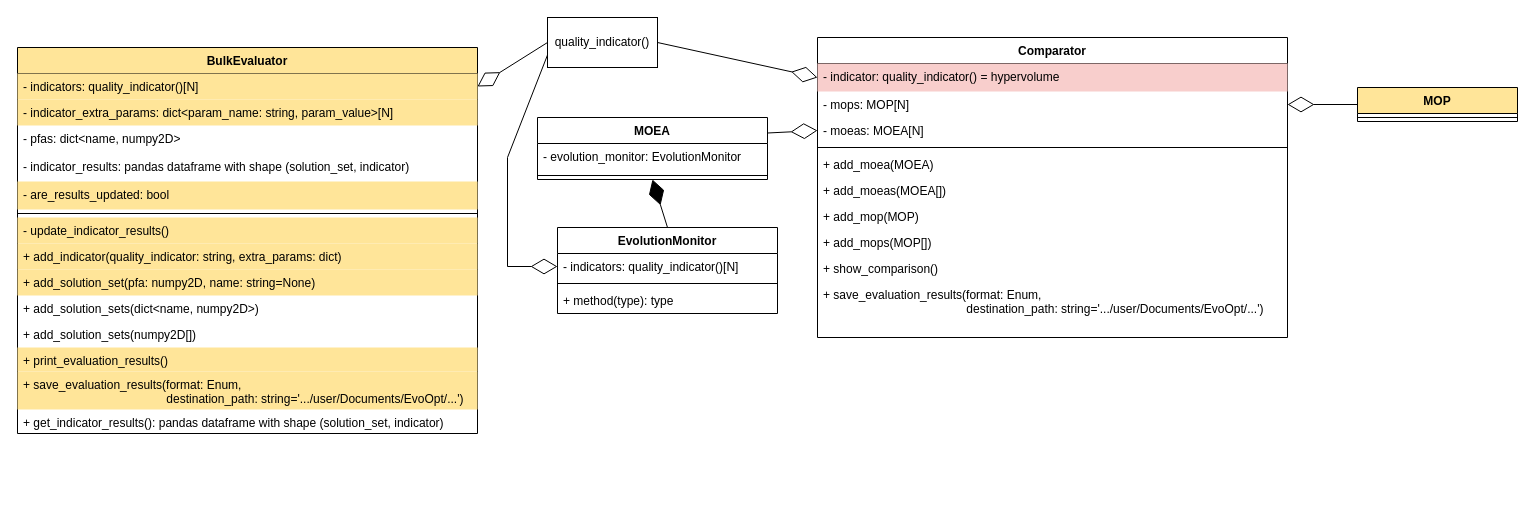
Before: page "Page-1" (1 of 2) of Untitled Diagram.drawio in santiago-a-serrano/evoopt-diagram, a draw.io diagram. Source tidied: cells renumbered, new cells numbered last; positions are measured from the earlier drawing's top-left corner, leaving out a move shared by most shapes. Both pictures are drawn from the tidied source at 100%, with x=0, y=0 at pixel (17, 17).
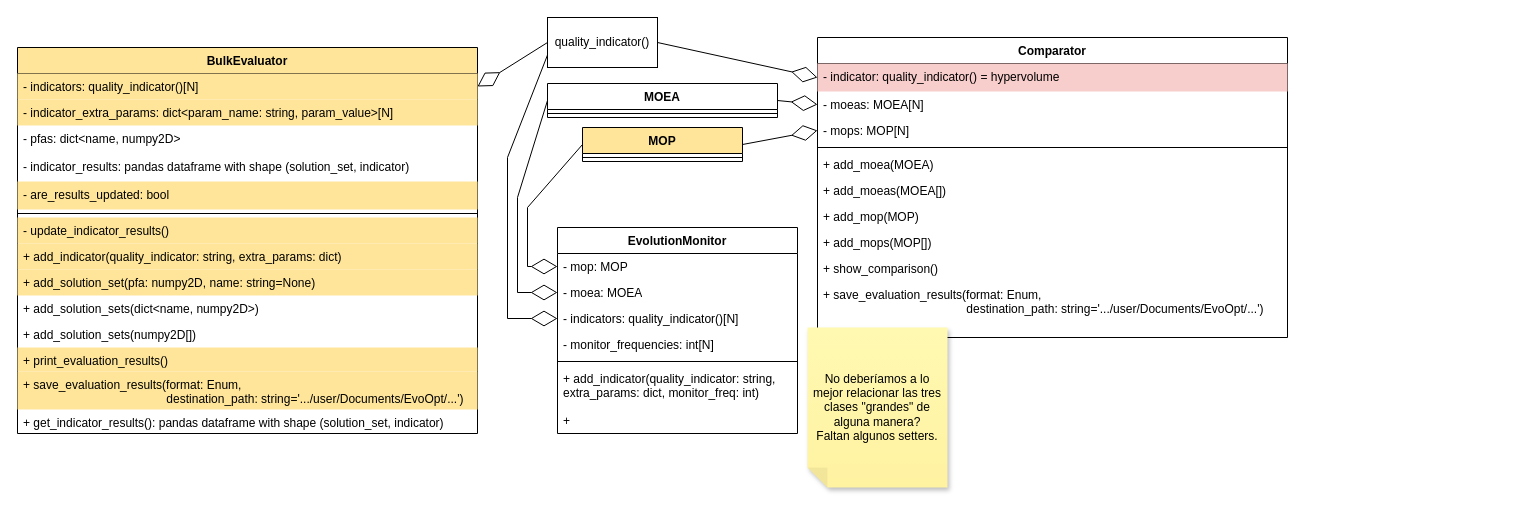
After the change.

Commit message:
Improve EvolutionMonitor

Unchanged cells that the change refers to:
```xml
<mxCell id="17" value="Comparator" style="swimlane;fontStyle=1;align=center;verticalAlign=top;horizontal=1;startSize=26;whiteSpace=wrap;html=1;" parent="1" vertex="1">
  <mxGeometry x="800" y="20" width="470" height="300" as="geometry" />
</mxCell>
<mxCell id="35" value="quality_indicator()" style="html=1;whiteSpace=wrap;" parent="1" vertex="1">
  <mxGeometry x="530" width="110" height="50" as="geometry" />
</mxCell>
```

What changed in the source:
```diff
@@
+    <mxCell id="20" value="- moeas: MOEA[N]" style="text;strokeColor=none;fillColor=none;align=left;verticalAlign=top;spacingLeft=4;spacingRight=4;overflow=hidden;points=[[0,0.5],[1,0.5]];portConstraint=eastwest;whiteSpace=wrap;html=1;" parent="17" vertex="1">
+      <mxGeometry y="54" width="470" height="26" as="geometry" />
+    </mxCell>
     <mxCell id="19" value="- mops: MOP[N]" style="text;strokeColor=none;fillColor=none;align=left;verticalAlign=top;spacingLeft=4;spacingRight=4;overflow=hidden;points=[[0,0.5],[1,0.5]];portConstraint=eastwest;whiteSpace=wrap;html=1;" parent="17" vertex="1">
-      <mxGeometry y="54" width="470" height="26" as="geometry" />
+      <mxGeometry y="80" width="470" height="26" as="geometry" />
     </mxCell>
-    <mxCell id="20" value="- moeas: MOEA[N]" style="text;strokeColor=none;fillColor=none;align=left;verticalAlign=top;spacingLeft=4;spacingRight=4;overflow=hidden;points=[[0,0.5],[1,0.5]];portConstraint=eastwest;whiteSpace=wrap;html=1;" parent="17" vertex="1">
-      <mxGeometry y="80" width="470" height="26" as="geometry" />
-    </mxCell>
@@
     <mxCell id="28" value="MOEA" style="swimlane;fontStyle=1;align=center;verticalAlign=top;horizontal=1;startSize=26;whiteSpace=wrap;html=1;" parent="1" vertex="1">
-      <mxGeometry x="520" y="100" width="230" height="62" as="geometry" />
+      <mxGeometry x="530" y="66" width="230" height="34" as="geometry" />
     </mxCell>
-    <mxCell id="29" value="- evolution_monitor: EvolutionMonitor" style="text;align=left;verticalAlign=top;spacingLeft=4;spacingRight=4;overflow=hidden;rounded=0;shadow=0;html=0;" parent="28" vertex="1">
-      <mxGeometry y="26" width="230" height="28" as="geometry" />
-    </mxCell>
     <mxCell id="30" style="line;strokeWidth=1;fillColor=none;align=left;verticalAlign=middle;spacingTop=-1;spacingLeft=3;spacingRight=3;labelPosition=right;strokeColor=inherit;" parent="28" vertex="1">
-      <mxGeometry y="54" width="230" height="8" as="geometry" />
+      <mxGeometry y="26" width="230" height="8" as="geometry" />
     </mxCell>
-    <mxCell id="31" style="endArrow=diamondThin;endFill=0;endSize=24;html=1;rounded=0;entryX=0;entryY=0.5;entryDx=0;entryDy=0;exitX=1;exitY=0.25;exitDx=0;exitDy=0;" parent="1" edge="1" source="28" target="20">
+    <mxCell id="31" style="endArrow=diamondThin;endFill=0;endSize=24;html=1;rounded=0;entryX=0;entryY=0.5;entryDx=0;entryDy=0;exitX=1;exitY=0.5;exitDx=0;exitDy=0;" parent="1" edge="1" source="28" target="20">
       <mxGeometry relative="1" as="geometry" />
     </mxCell>
     <mxCell id="32" value="MOP" style="swimlane;fontStyle=1;align=center;verticalAlign=top;horizontal=1;startSize=26;whiteSpace=wrap;html=1;fillColor=#FFE599;" parent="1" vertex="1">
-      <mxGeometry x="1340" y="70" width="160" height="34" as="geometry" />
+      <mxGeometry x="565" y="110" width="160" height="34" as="geometry" />
     </mxCell>
@@
-    <mxCell id="34" style="endArrow=diamondThin;endFill=0;endSize=24;html=1;rounded=0;exitX=0;exitY=0.5;exitDx=0;exitDy=0;" parent="1" edge="1" source="32">
-      <mxGeometry relative="1" as="geometry">
-        <mxPoint x="1270" y="87" as="targetPoint" />
-      </mxGeometry>
+    <mxCell id="34" style="endArrow=diamondThin;endFill=0;endSize=24;html=1;rounded=0;exitX=1;exitY=0.5;exitDx=0;exitDy=0;entryX=0;entryY=0.5;entryDx=0;entryDy=0;" parent="1" edge="1" source="32" target="19">
+      <mxGeometry relative="1" as="geometry" />
     </mxCell>
@@
     <mxCell id="38" value="EvolutionMonitor" style="swimlane;fontStyle=1;align=center;verticalAlign=top;horizontal=1;startSize=26;whiteSpace=wrap;html=1;" parent="1" vertex="1">
-      <mxGeometry x="540" y="210" width="220" height="86" as="geometry" />
+      <mxGeometry x="540" y="210" width="240" height="206" as="geometry" />
     </mxCell>
+    <mxCell id="44" value="- mop: MOP" style="text;strokeColor=none;fillColor=none;align=left;verticalAlign=top;spacingLeft=4;spacingRight=4;overflow=hidden;points=[[0,0.5],[1,0.5]];portConstraint=eastwest;whiteSpace=wrap;html=1;" parent="38" vertex="1">
+      <mxGeometry y="26" width="240" height="26" as="geometry" />
+    </mxCell>
+    <mxCell id="45" value="- moea: MOEA" style="text;strokeColor=none;fillColor=none;align=left;verticalAlign=top;spacingLeft=4;spacingRight=4;overflow=hidden;points=[[0,0.5],[1,0.5]];portConstraint=eastwest;whiteSpace=wrap;html=1;" parent="38" vertex="1">
+      <mxGeometry y="52" width="240" height="26" as="geometry" />
+    </mxCell>
     <mxCell id="39" value="- indicators: quality_indicator()[N]" style="text;strokeColor=none;fillColor=none;align=left;verticalAlign=top;spacingLeft=4;spacingRight=4;overflow=hidden;points=[[0,0.5],[1,0.5]];portConstraint=eastwest;whiteSpace=wrap;html=1;" parent="38" vertex="1">
-      <mxGeometry y="26" width="220" height="26" as="geometry" />
+      <mxGeometry y="78" width="240" height="26" as="geometry" />
     </mxCell>
+    <mxCell id="46" value="- monitor_frequencies: int[N]" style="text;strokeColor=none;fillColor=none;align=left;verticalAlign=top;spacingLeft=4;spacingRight=4;overflow=hidden;whiteSpace=wrap;html=1;" parent="38" vertex="1">
+      <mxGeometry y="104" width="240" height="26" as="geometry" />
+    </mxCell>
     <mxCell id="40" style="line;strokeWidth=1;fillColor=none;align=left;verticalAlign=middle;spacingTop=-1;spacingLeft=3;spacingRight=3;labelPosition=right;strokeColor=inherit;" parent="38" vertex="1">
-      <mxGeometry y="52" width="220" height="8" as="geometry" />
+      <mxGeometry y="130" width="240" height="8" as="geometry" />
     </mxCell>
+    <mxCell id="47" value="+ add_indicator(quality_indicator: string, extra_params: dict, monitor_freq: int)" style="text;strokeColor=none;fillColor=none;align=left;verticalAlign=top;spacingLeft=4;spacingRight=4;overflow=hidden;whiteSpace=wrap;html=1;" parent="38" vertex="1">
+      <mxGeometry y="138" width="240" height="42" as="geometry" />
+    </mxCell>
-    <mxCell id="41" value="+ method(type): type" style="text;strokeColor=none;fillColor=none;align=left;verticalAlign=top;spacingLeft=4;spacingRight=4;overflow=hidden;whiteSpace=wrap;html=1;" parent="38" vertex="1">
-      <mxGeometry y="60" width="220" height="26" as="geometry" />
+    <mxCell id="41" value="+&amp;nbsp;" style="text;strokeColor=none;fillColor=none;align=left;verticalAlign=top;spacingLeft=4;spacingRight=4;overflow=hidden;whiteSpace=wrap;html=1;" parent="38" vertex="1">
+      <mxGeometry y="180" width="240" height="26" as="geometry" />
     </mxCell>
-    <mxCell id="42" style="endArrow=diamondThin;endFill=1;endSize=24;html=1;rounded=0;entryX=0.5;entryY=1;entryDx=0;entryDy=0;exitX=0.5;exitY=0;exitDx=0;exitDy=0;" parent="1" edge="1" source="38" target="28">
-      <mxGeometry relative="1" as="geometry" />
-    </mxCell>
     <mxCell id="43" style="endArrow=diamondThin;endFill=0;endSize=24;html=1;rounded=0;entryX=0;entryY=0.5;entryDx=0;entryDy=0;exitX=0;exitY=0.75;exitDx=0;exitDy=0;" parent="1" edge="1" source="35" target="39">
       <mxGeometry relative="1" as="geometry">
         <Array as="points">
           <mxPoint x="490" y="140" />
-          <mxPoint x="490" y="249" />
+          <mxPoint x="490" y="301" />
         </Array>
       </mxGeometry>
     </mxCell>
+    <mxCell id="48" value="No deberíamos a lo mejor relacionar las tres clases &quot;grandes&quot; de alguna manera?&lt;br&gt;Faltan algunos setters." style="shape=note;whiteSpace=wrap;html=1;backgroundOutline=1;fontColor=#000000;darkOpacity=0.05;fillColor=#FFF9B2;strokeColor=none;fillStyle=solid;direction=west;gradientDirection=north;gradientColor=#FFF2A1;shadow=1;size=20;" parent="1" vertex="1">
+      <mxGeometry x="790" y="310" width="140" height="160" as="geometry" />
+    </mxCell>
+    <mxCell id="49" style="endArrow=diamondThin;endFill=0;endSize=24;html=1;rounded=0;entryX=0;entryY=0.5;entryDx=0;entryDy=0;exitX=0;exitY=0.5;exitDx=0;exitDy=0;" parent="1" edge="1" source="28" target="45">
+      <mxGeometry relative="1" as="geometry">
+        <Array as="points">
+          <mxPoint x="500" y="180" />
+          <mxPoint x="500" y="275" />
+        </Array>
+      </mxGeometry>
+    </mxCell>
+    <mxCell id="50" style="endArrow=diamondThin;endFill=0;endSize=24;html=1;rounded=0;entryX=0;entryY=0.5;entryDx=0;entryDy=0;exitX=0;exitY=0.5;exitDx=0;exitDy=0;" parent="1" edge="1" source="32" target="44">
+      <mxGeometry relative="1" as="geometry">
+        <Array as="points">
+          <mxPoint x="510" y="190" />
+          <mxPoint x="510" y="249" />
+        </Array>
+      </mxGeometry>
+    </mxCell>
```
